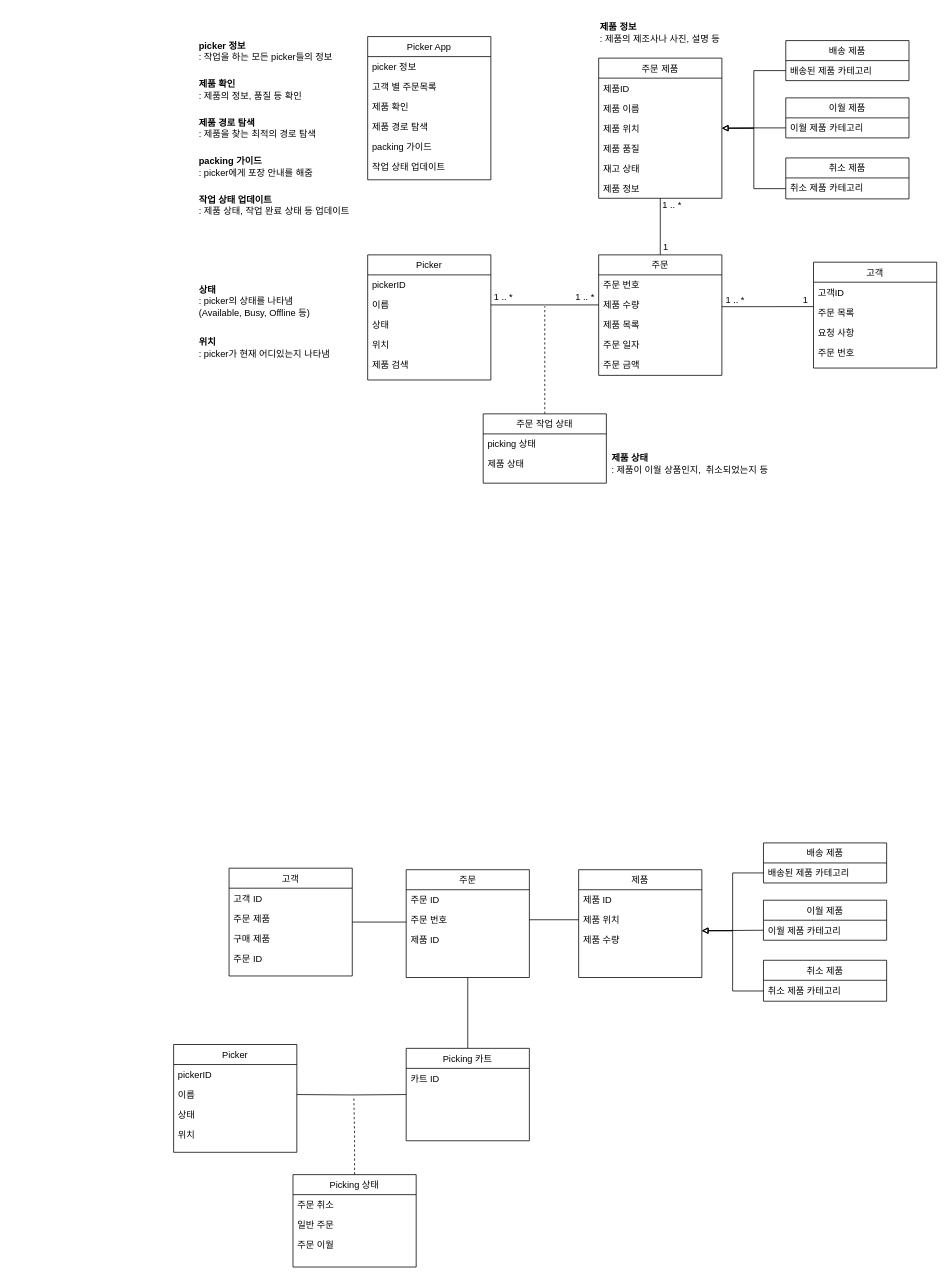
Earlier version of the draw.io diagram 시분설_6조_class_diagram.drawio (dbsrudrla/diagram). Source tidied: cells renumbered, new cells numbered last; positions are measured from the earlier drawing's top-left corner, leaving out a move shared by most shapes. Both pictures are drawn from the tidied source at 77%, with x=0, y=0 at pixel (173, 13).
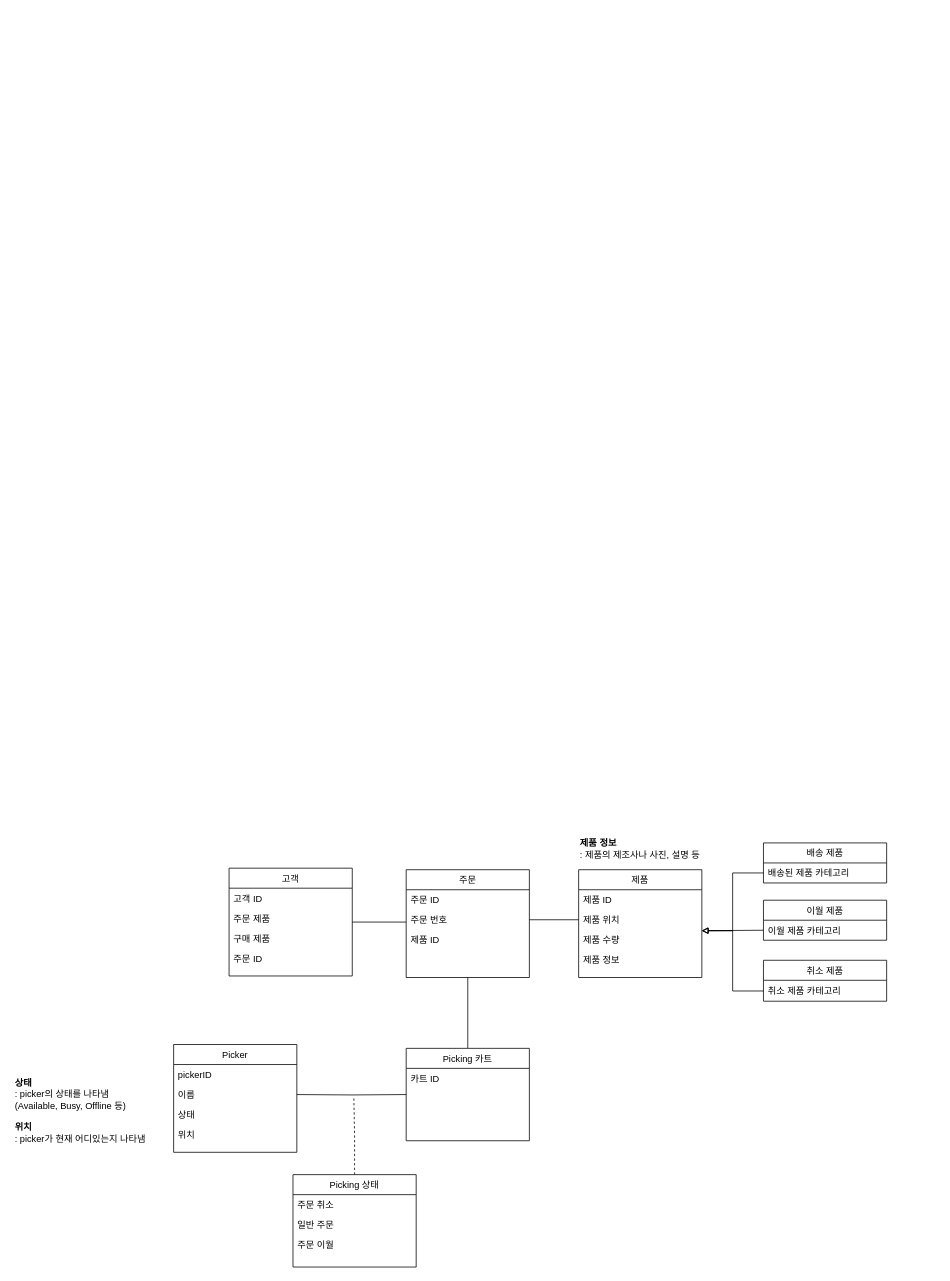
After the change.

Commit message (it also covers changes not shown here):
시분설_6조_class_diagram.drawio 업데이트

Unchanged cells that the change refers to:
```xml
<mxCell id="64" value="제품" style="swimlane;fontStyle=0;align=center;verticalAlign=top;horizontal=1;startSize=26;rounded=0;shadow=0;strokeWidth=1;" parent="1" vertex="1">
  <mxGeometry x="526" y="1112" width="160" height="140" as="geometry" />
</mxCell>
```

Diff of the diagram source:
```diff
@@
-    <mxCell id="2" value="Picker" style="swimlane;fontStyle=0;align=center;verticalAlign=top;horizontal=1;startSize=26;rounded=0;shadow=0;strokeWidth=1;" parent="1" vertex="1">
-      <mxGeometry x="252" y="313.5" width="160" height="162.5" as="geometry" />
-    </mxCell>
-    <mxCell id="3" value="pickerID" style="text;align=left;verticalAlign=top;spacingLeft=4;spacingRight=4;overflow=hidden;rounded=0;shadow=0;html=0;" parent="2" vertex="1">
-      <mxGeometry y="26" width="160" height="26" as="geometry" />
-    </mxCell>
-    <mxCell id="4" value="이름" style="text;align=left;verticalAlign=top;spacingLeft=4;spacingRight=4;overflow=hidden;points=[[0,0.5],[1,0.5]];portConstraint=eastwest;" parent="2" vertex="1">
-      <mxGeometry y="52" width="160" height="26" as="geometry" />
-    </mxCell>
-    <mxCell id="5" value="상태" style="text;align=left;verticalAlign=top;spacingLeft=4;spacingRight=4;overflow=hidden;rounded=0;shadow=0;html=0;" parent="2" vertex="1">
-      <mxGeometry y="78" width="160" height="26" as="geometry" />
-    </mxCell>
-    <mxCell id="6" value="위치" style="text;align=left;verticalAlign=top;spacingLeft=4;spacingRight=4;overflow=hidden;rounded=0;shadow=0;html=0;" parent="2" vertex="1">
-      <mxGeometry y="104" width="160" height="26" as="geometry" />
-    </mxCell>
-    <mxCell id="7" value="제품 검색" style="text;align=left;verticalAlign=top;spacingLeft=4;spacingRight=4;overflow=hidden;rounded=0;shadow=0;html=0;" parent="2" vertex="1">
-      <mxGeometry y="130" width="160" height="26" as="geometry" />
-    </mxCell>
-    <mxCell id="8" value="&lt;b&gt;상태&lt;/b&gt;&amp;nbsp;&lt;br&gt;: picker의 상태를 나타냄&lt;br&gt;(Available, Busy, Offline 등)" style="text;html=1;strokeColor=none;fillColor=none;align=left;verticalAlign=middle;whiteSpace=wrap;rounded=0;" parent="1" vertex="1">
-      <mxGeometry x="31" y="348.5" width="190" height="50" as="geometry" />
-    </mxCell>
-    <mxCell id="9" value="Picker App" style="swimlane;fontStyle=0;align=center;verticalAlign=top;horizontal=1;startSize=26;rounded=0;shadow=0;strokeWidth=1;" parent="1" vertex="1">
-      <mxGeometry x="252" y="30" width="160" height="186" as="geometry" />
-    </mxCell>
-    <mxCell id="10" value="picker 정보" style="text;align=left;verticalAlign=top;spacingLeft=4;spacingRight=4;overflow=hidden;rounded=0;shadow=0;html=0;" parent="9" vertex="1">
-      <mxGeometry y="26" width="160" height="26" as="geometry" />
-    </mxCell>
-    <mxCell id="11" value="고객 별 주문목록" style="text;align=left;verticalAlign=top;spacingLeft=4;spacingRight=4;overflow=hidden;" parent="9" vertex="1">
-      <mxGeometry y="52" width="160" height="26" as="geometry" />
-    </mxCell>
-    <mxCell id="12" value="제품 확인" style="text;align=left;verticalAlign=top;spacingLeft=4;spacingRight=4;overflow=hidden;rounded=0;shadow=0;html=0;" parent="9" vertex="1">
-      <mxGeometry y="78" width="160" height="26" as="geometry" />
-    </mxCell>
-    <mxCell id="13" value="제품 경로 탐색" style="text;align=left;verticalAlign=top;spacingLeft=4;spacingRight=4;overflow=hidden;rounded=0;shadow=0;html=0;" parent="9" vertex="1">
-      <mxGeometry y="104" width="160" height="26" as="geometry" />
-    </mxCell>
-    <mxCell id="14" value="packing 가이드" style="text;align=left;verticalAlign=top;spacingLeft=4;spacingRight=4;overflow=hidden;rounded=0;shadow=0;html=0;" parent="9" vertex="1">
-      <mxGeometry y="130" width="160" height="26" as="geometry" />
-    </mxCell>
-    <mxCell id="15" value="작업 상태 업데이트" style="text;align=left;verticalAlign=top;spacingLeft=4;spacingRight=4;overflow=hidden;rounded=0;shadow=0;html=0;" parent="9" vertex="1">
-      <mxGeometry y="156" width="160" height="26" as="geometry" />
-    </mxCell>
-    <mxCell id="16" value="&lt;b&gt;picker 정보&lt;/b&gt;&amp;nbsp;&lt;br&gt;: 작업을 하는 모든 picker들의 정보" style="text;html=1;strokeColor=none;fillColor=none;align=left;verticalAlign=middle;whiteSpace=wrap;rounded=0;" parent="1" vertex="1">
-      <mxGeometry x="31" y="24.2" width="201" height="50" as="geometry" />
-    </mxCell>
-    <mxCell id="17" value="&lt;b&gt;위치&lt;/b&gt;&amp;nbsp;&lt;br&gt;: picker가 현재 어디있는지 나타냄" style="text;html=1;strokeColor=none;fillColor=none;align=left;verticalAlign=middle;whiteSpace=wrap;rounded=0;" parent="1" vertex="1">
-      <mxGeometry x="31" y="408.5" width="190" height="50" as="geometry" />
-    </mxCell>
-    <mxCell id="18" value="&lt;b&gt;제품 확인&lt;/b&gt;&amp;nbsp;&lt;br&gt;: 제품의 정보, 품질 등 확인" style="text;html=1;strokeColor=none;fillColor=none;align=left;verticalAlign=middle;whiteSpace=wrap;rounded=0;" parent="1" vertex="1">
-      <mxGeometry x="31" y="74.2" width="201" height="50" as="geometry" />
-    </mxCell>
-    <mxCell id="19" value="&lt;b&gt;packing 가이드&lt;/b&gt;&amp;nbsp;&lt;br&gt;: picker에게 포장 안내를 해줌" style="text;html=1;strokeColor=none;fillColor=none;align=left;verticalAlign=middle;whiteSpace=wrap;rounded=0;" parent="1" vertex="1">
-      <mxGeometry x="31" y="173.8" width="201" height="50" as="geometry" />
-    </mxCell>
-    <mxCell id="20" style="edgeStyle=orthogonalEdgeStyle;rounded=0;jettySize=auto;html=1;exitX=0.5;exitY=0;exitDx=0;exitDy=0;entryX=0.5;entryY=1;entryDx=0;entryDy=0;endArrow=none;endFill=0;" parent="1" edge="1" source="21" target="39">
-      <mxGeometry relative="1" as="geometry" />
-    </mxCell>
-    <mxCell id="21" value="주문" style="swimlane;fontStyle=0;align=center;verticalAlign=top;horizontal=1;startSize=26;rounded=0;shadow=0;strokeWidth=1;" parent="1" vertex="1">
-      <mxGeometry x="552" y="313.5" width="160" height="156.5" as="geometry" />
-    </mxCell>
-    <mxCell id="22" value="주문 번호" style="text;align=left;verticalAlign=top;spacingLeft=4;spacingRight=4;overflow=hidden;rounded=0;shadow=0;html=0;" parent="21" vertex="1">
-      <mxGeometry y="26" width="160" height="26" as="geometry" />
-    </mxCell>
-    <mxCell id="23" value="제품 수량" style="text;align=left;verticalAlign=top;spacingLeft=4;spacingRight=4;overflow=hidden;" parent="21" vertex="1">
-      <mxGeometry y="52" width="160" height="26" as="geometry" />
-    </mxCell>
-    <mxCell id="24" value="제품 목록" style="text;align=left;verticalAlign=top;spacingLeft=4;spacingRight=4;overflow=hidden;" parent="21" vertex="1">
-      <mxGeometry y="78" width="160" height="26" as="geometry" />
-    </mxCell>
-    <mxCell id="25" value="주문 일자" style="text;align=left;verticalAlign=top;spacingLeft=4;spacingRight=4;overflow=hidden;" parent="21" vertex="1">
-      <mxGeometry y="104" width="160" height="26" as="geometry" />
-    </mxCell>
-    <mxCell id="26" value="주문 금액" style="text;align=left;verticalAlign=top;spacingLeft=4;spacingRight=4;overflow=hidden;" parent="21" vertex="1">
-      <mxGeometry y="130" width="160" height="26" as="geometry" />
-    </mxCell>
-    <mxCell id="27" value="고객" style="swimlane;fontStyle=0;align=center;verticalAlign=top;horizontal=1;startSize=26;rounded=0;shadow=0;strokeWidth=1;" parent="1" vertex="1">
-      <mxGeometry x="831" y="323" width="160" height="137.5" as="geometry" />
-    </mxCell>
-    <mxCell id="28" value="고객ID" style="text;align=left;verticalAlign=top;spacingLeft=4;spacingRight=4;overflow=hidden;rounded=0;shadow=0;html=0;" parent="27" vertex="1">
-      <mxGeometry y="26" width="160" height="26" as="geometry" />
-    </mxCell>
-    <mxCell id="29" value="주문 목록" style="text;align=left;verticalAlign=top;spacingLeft=4;spacingRight=4;overflow=hidden;" parent="27" vertex="1">
-      <mxGeometry y="52" width="160" height="26" as="geometry" />
-    </mxCell>
-    <mxCell id="30" value="요청 사항" style="text;align=left;verticalAlign=top;spacingLeft=4;spacingRight=4;overflow=hidden;" parent="27" vertex="1">
-      <mxGeometry y="78" width="160" height="26" as="geometry" />
-    </mxCell>
-    <mxCell id="31" value="주문 번호" style="text;align=left;verticalAlign=top;spacingLeft=4;spacingRight=4;overflow=hidden;" parent="27" vertex="1">
-      <mxGeometry y="104" width="160" height="26" as="geometry" />
-    </mxCell>
-    <mxCell id="32" value="&lt;b&gt;제품 상태&lt;br&gt;&lt;/b&gt;: 제품이 이월 상품인지,&amp;nbsp; 취소되었는지 등" style="text;html=1;strokeColor=none;fillColor=none;align=left;verticalAlign=middle;whiteSpace=wrap;rounded=0;" parent="1" vertex="1">
-      <mxGeometry x="567" y="560" width="240" height="50" as="geometry" />
-    </mxCell>
-    <mxCell id="33" style="rounded=0;orthogonalLoop=1;jettySize=auto;html=1;exitX=1;exitY=0.5;exitDx=0;exitDy=0;entryX=0;entryY=0.5;entryDx=0;entryDy=0;endArrow=none;endFill=0;" parent="1" edge="1">
-      <mxGeometry relative="1" as="geometry">
-        <mxPoint x="712" y="380.8" as="sourcePoint" />
-        <mxPoint x="831" y="380.7" as="targetPoint" />
-      </mxGeometry>
-    </mxCell>
-    <mxCell id="34" value="1 .. *" style="text;html=1;align=center;verticalAlign=middle;strokeColor=none;fillColor=none;" parent="1" vertex="1">
-      <mxGeometry x="704" y="356.5" width="50" height="30" as="geometry" />
-    </mxCell>
-    <mxCell id="35" value="1&amp;nbsp;" style="text;html=1;align=center;verticalAlign=middle;strokeColor=none;fillColor=none;" parent="1" vertex="1">
-      <mxGeometry x="807" y="357" width="30" height="30" as="geometry" />
-    </mxCell>
-    <mxCell id="36" style="edgeStyle=orthogonalEdgeStyle;rounded=0;jettySize=auto;html=1;exitX=1;exitY=0.5;exitDx=0;exitDy=0;entryX=0;entryY=0.5;entryDx=0;entryDy=0;endArrow=none;endFill=0;" parent="1" edge="1" source="4">
-      <mxGeometry relative="1" as="geometry">
-        <mxPoint x="552" y="378.5" as="targetPoint" />
-      </mxGeometry>
-    </mxCell>
-    <mxCell id="37" value="1 .. *" style="text;html=1;align=center;verticalAlign=middle;strokeColor=none;fillColor=none;" parent="1" vertex="1">
-      <mxGeometry x="403" y="354" width="50" height="30" as="geometry" />
-    </mxCell>
-    <mxCell id="38" value="1 .. *" style="text;html=1;align=center;verticalAlign=middle;strokeColor=none;fillColor=none;" parent="1" vertex="1">
-      <mxGeometry x="509" y="354" width="50" height="30" as="geometry" />
-    </mxCell>
-    <mxCell id="39" value="주문 제품" style="swimlane;fontStyle=0;align=center;verticalAlign=top;horizontal=1;startSize=26;rounded=0;shadow=0;strokeWidth=1;" parent="1" vertex="1">
-      <mxGeometry x="552" y="58" width="160" height="182" as="geometry" />
-    </mxCell>
-    <mxCell id="40" value="제품ID" style="text;align=left;verticalAlign=top;spacingLeft=4;spacingRight=4;overflow=hidden;rounded=0;shadow=0;html=0;" parent="39" vertex="1">
-      <mxGeometry y="26" width="160" height="26" as="geometry" />
-    </mxCell>
-    <mxCell id="41" value="제품 이름" style="text;align=left;verticalAlign=top;spacingLeft=4;spacingRight=4;overflow=hidden;rounded=0;shadow=0;html=0;" parent="39" vertex="1">
-      <mxGeometry y="52" width="160" height="26" as="geometry" />
-    </mxCell>
-    <mxCell id="42" value="제품 위치" style="text;align=left;verticalAlign=top;spacingLeft=4;spacingRight=4;overflow=hidden;points=[[0,0.5],[1,0.5]];portConstraint=eastwest;rounded=0;shadow=0;html=0;" parent="39" vertex="1">
-      <mxGeometry y="78" width="160" height="26" as="geometry" />
-    </mxCell>
-    <mxCell id="43" value="제품 품질" style="text;align=left;verticalAlign=top;spacingLeft=4;spacingRight=4;overflow=hidden;rounded=0;shadow=0;html=0;" parent="39" vertex="1">
-      <mxGeometry y="104" width="160" height="26" as="geometry" />
-    </mxCell>
-    <mxCell id="44" value="재고 상태" style="text;align=left;verticalAlign=top;spacingLeft=4;spacingRight=4;overflow=hidden;rounded=0;shadow=0;html=0;" parent="39" vertex="1">
-      <mxGeometry y="130" width="160" height="26" as="geometry" />
-    </mxCell>
-    <mxCell id="45" value="제품 정보" style="text;align=left;verticalAlign=top;spacingLeft=4;spacingRight=4;overflow=hidden;rounded=0;shadow=0;html=0;" parent="39" vertex="1">
-      <mxGeometry y="156" width="160" height="26" as="geometry" />
-    </mxCell>
-    <mxCell id="46" value="&lt;b&gt;제품 경로 탐색&lt;/b&gt;&lt;br&gt;: 제품을 찾는 최적의 경로 탐색" style="text;html=1;strokeColor=none;fillColor=none;align=left;verticalAlign=middle;whiteSpace=wrap;rounded=0;" parent="1" vertex="1">
-      <mxGeometry x="31" y="123.8" width="201" height="50" as="geometry" />
-    </mxCell>
-    <mxCell id="47" style="edgeStyle=orthogonalEdgeStyle;rounded=0;jettySize=auto;html=1;exitX=0;exitY=0.5;exitDx=0;exitDy=0;entryX=1;entryY=0.5;entryDx=0;entryDy=0;endArrow=block;endFill=0;" parent="1" edge="1" source="49" target="42">
-      <mxGeometry relative="1" as="geometry" />
-    </mxCell>
-    <mxCell id="48" value="이월 제품" style="swimlane;fontStyle=0;align=center;verticalAlign=top;horizontal=1;startSize=26;rounded=0;shadow=0;strokeWidth=1;" parent="1" vertex="1">
-      <mxGeometry x="795" y="109.6" width="160" height="52" as="geometry" />
-    </mxCell>
-    <mxCell id="49" value="이월 제품 카테고리" style="text;align=left;verticalAlign=top;spacingLeft=4;spacingRight=4;overflow=hidden;points=[[0,0.5],[1,0.5]];portConstraint=eastwest;rounded=0;shadow=0;html=0;" parent="48" vertex="1">
-      <mxGeometry y="26" width="160" height="26" as="geometry" />
-    </mxCell>
-    <mxCell id="50" style="edgeStyle=orthogonalEdgeStyle;rounded=0;jettySize=auto;html=1;exitX=0;exitY=0.75;exitDx=0;exitDy=0;entryX=1;entryY=0.5;entryDx=0;entryDy=0;startArrow=none;startFill=0;endArrow=block;endFill=0;" parent="1" edge="1" source="51" target="42">
-      <mxGeometry relative="1" as="geometry" />
-    </mxCell>
-    <mxCell id="51" value="취소 제품" style="swimlane;fontStyle=0;align=center;verticalAlign=top;horizontal=1;startSize=26;rounded=0;shadow=0;strokeWidth=1;" parent="1" vertex="1">
-      <mxGeometry x="795" y="187.6" width="160" height="53.2" as="geometry" />
-    </mxCell>
-    <mxCell id="52" value="취소 제품 카테고리" style="text;align=left;verticalAlign=top;spacingLeft=4;spacingRight=4;overflow=hidden;rounded=0;shadow=0;html=0;" parent="51" vertex="1">
-      <mxGeometry y="26" width="160" height="26" as="geometry" />
-    </mxCell>
-    <mxCell id="53" value="&lt;b&gt;제품 정보&lt;/b&gt;&amp;nbsp;&lt;br&gt;: 제품의 제조사나 사진, 설명 등" style="text;html=1;strokeColor=none;fillColor=none;align=left;verticalAlign=middle;whiteSpace=wrap;rounded=0;" parent="1" vertex="1">
-      <mxGeometry x="552" width="201" height="50" as="geometry" />
-    </mxCell>
-    <mxCell id="54" value="1" style="text;html=1;align=center;verticalAlign=middle;strokeColor=none;fillColor=none;" parent="1" vertex="1">
-      <mxGeometry x="624" y="289" width="30" height="30" as="geometry" />
-    </mxCell>
-    <mxCell id="55" value="&amp;nbsp;1 .. *&amp;nbsp;" style="text;html=1;align=center;verticalAlign=middle;strokeColor=none;fillColor=none;" parent="1" vertex="1">
-      <mxGeometry x="622" y="234" width="50" height="30" as="geometry" />
-    </mxCell>
-    <mxCell id="56" style="edgeStyle=orthogonalEdgeStyle;rounded=0;jettySize=auto;html=1;exitX=0.5;exitY=0;exitDx=0;exitDy=0;dashed=1;endArrow=none;endFill=0;" parent="1" edge="1" source="57">
-      <mxGeometry relative="1" as="geometry">
-        <mxPoint x="482" y="380" as="targetPoint" />
-      </mxGeometry>
-    </mxCell>
-    <mxCell id="57" value="주문 작업 상태" style="swimlane;fontStyle=0;align=center;verticalAlign=top;horizontal=1;startSize=26;rounded=0;shadow=0;strokeWidth=1;" parent="1" vertex="1">
-      <mxGeometry x="402" y="520" width="160" height="90" as="geometry" />
-    </mxCell>
-    <mxCell id="58" value="picking 상태" style="text;align=left;verticalAlign=top;spacingLeft=4;spacingRight=4;overflow=hidden;rounded=0;shadow=0;html=0;" parent="57" vertex="1">
-      <mxGeometry y="26" width="160" height="26" as="geometry" />
-    </mxCell>
-    <mxCell id="59" value="제품 상태" style="text;align=left;verticalAlign=top;spacingLeft=4;spacingRight=4;overflow=hidden;rounded=0;shadow=0;html=0;" parent="57" vertex="1">
-      <mxGeometry y="52" width="160" height="26" as="geometry" />
-    </mxCell>
-    <mxCell id="60" value="배송 제품" style="swimlane;fontStyle=0;align=center;verticalAlign=top;horizontal=1;startSize=26;rounded=0;shadow=0;strokeWidth=1;" parent="1" vertex="1">
-      <mxGeometry x="795" y="35.2" width="160" height="52" as="geometry" />
-    </mxCell>
-    <mxCell id="61" value="배송된 제품 카테고리" style="text;align=left;verticalAlign=top;spacingLeft=4;spacingRight=4;overflow=hidden;points=[[0,0.5],[1,0.5]];portConstraint=eastwest;rounded=0;shadow=0;html=0;" parent="60" vertex="1">
-      <mxGeometry y="26" width="160" height="26" as="geometry" />
-    </mxCell>
-    <mxCell id="62" style="edgeStyle=orthogonalEdgeStyle;rounded=0;jettySize=auto;html=1;exitX=0;exitY=0.5;exitDx=0;exitDy=0;entryX=1;entryY=0.5;entryDx=0;entryDy=0;endArrow=block;endFill=0;" parent="1" edge="1" source="61" target="42">
-      <mxGeometry relative="1" as="geometry" />
-    </mxCell>
-    <mxCell id="63" value="&lt;b&gt;작업 상태 업데이트&lt;/b&gt;&amp;nbsp;&lt;br&gt;: 제품 상태, 작업 완료 상태 등 업데이트" style="text;html=1;strokeColor=none;fillColor=none;align=left;verticalAlign=middle;whiteSpace=wrap;rounded=0;" parent="1" vertex="1">
-      <mxGeometry x="31" y="223.8" width="221" height="50" as="geometry" />
-    </mxCell>
@@
+    <mxCell id="45" value="제품 정보" style="text;align=left;verticalAlign=top;spacingLeft=4;spacingRight=4;overflow=hidden;rounded=0;shadow=0;html=0;" parent="64" vertex="1">
+      <mxGeometry y="104" width="160" height="26" as="geometry" />
+    </mxCell>
@@
+    <mxCell id="8" value="&lt;b&gt;상태&lt;/b&gt;&amp;nbsp;&lt;br&gt;: picker의 상태를 나타냄&lt;br&gt;(Available, Busy, Offline 등)" style="text;html=1;strokeColor=none;fillColor=none;align=left;verticalAlign=middle;whiteSpace=wrap;rounded=0;" parent="1" vertex="1">
+      <mxGeometry x="-208" y="1379" width="190" height="50" as="geometry" />
+    </mxCell>
+    <mxCell id="17" value="&lt;b&gt;위치&lt;/b&gt;&amp;nbsp;&lt;br&gt;: picker가 현재 어디있는지 나타냄" style="text;html=1;strokeColor=none;fillColor=none;align=left;verticalAlign=middle;whiteSpace=wrap;rounded=0;" parent="1" vertex="1">
+      <mxGeometry x="-208" y="1429" width="190" height="50" as="geometry" />
+    </mxCell>
+    <mxCell id="53" value="&lt;b&gt;제품 정보&lt;/b&gt;&amp;nbsp;&lt;br&gt;: 제품의 제조사나 사진, 설명 등" style="text;html=1;strokeColor=none;fillColor=none;align=left;verticalAlign=middle;whiteSpace=wrap;rounded=0;" parent="1" vertex="1">
+      <mxGeometry x="526" y="1060" width="176" height="50" as="geometry" />
+    </mxCell>
```
